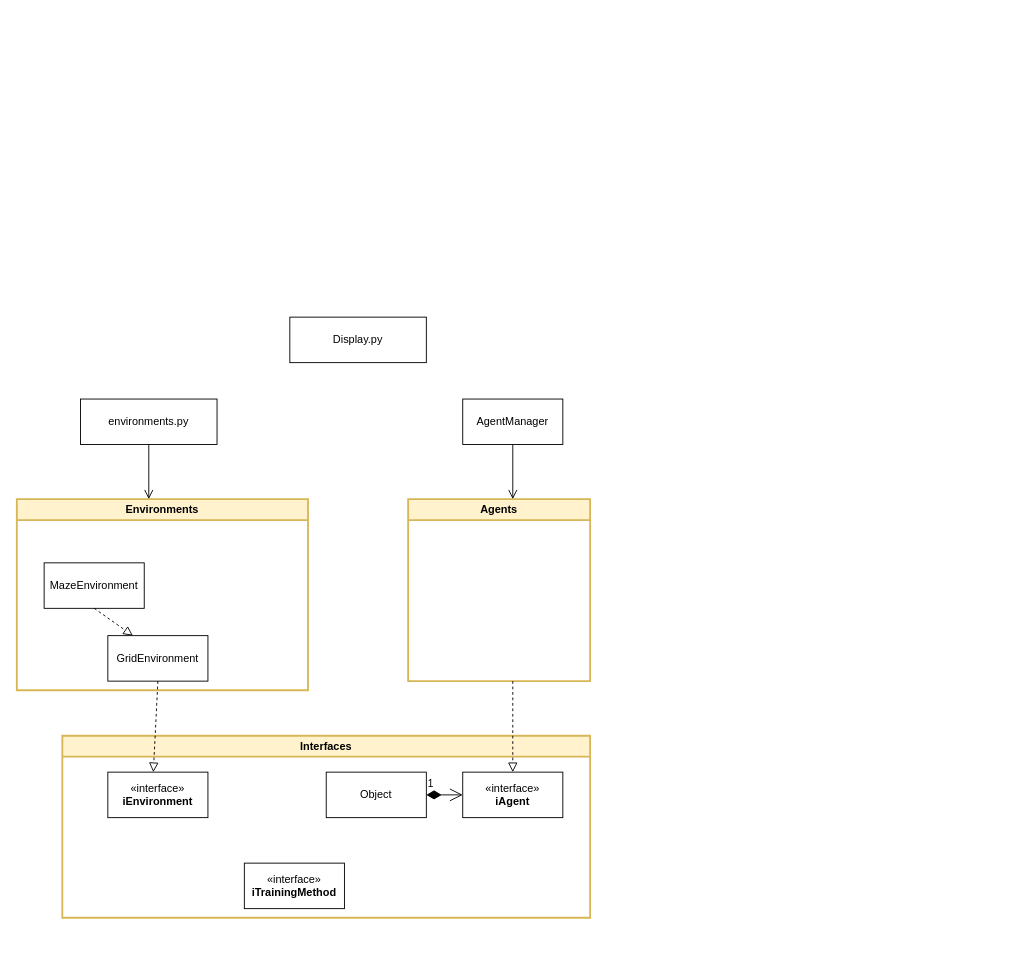
This is documentation/Untitled Diagram.drawio from Dorijan-Cirkveni/diplomski-rad, a draw.io file, before an edit. Source tidied: cells renumbered, new cells numbered last; positions are measured from the earlier drawing's top-left corner, leaving out a move shared by most shapes. Both pictures are drawn from the tidied source at 91%, with x=0, y=0 at pixel (16, 317).
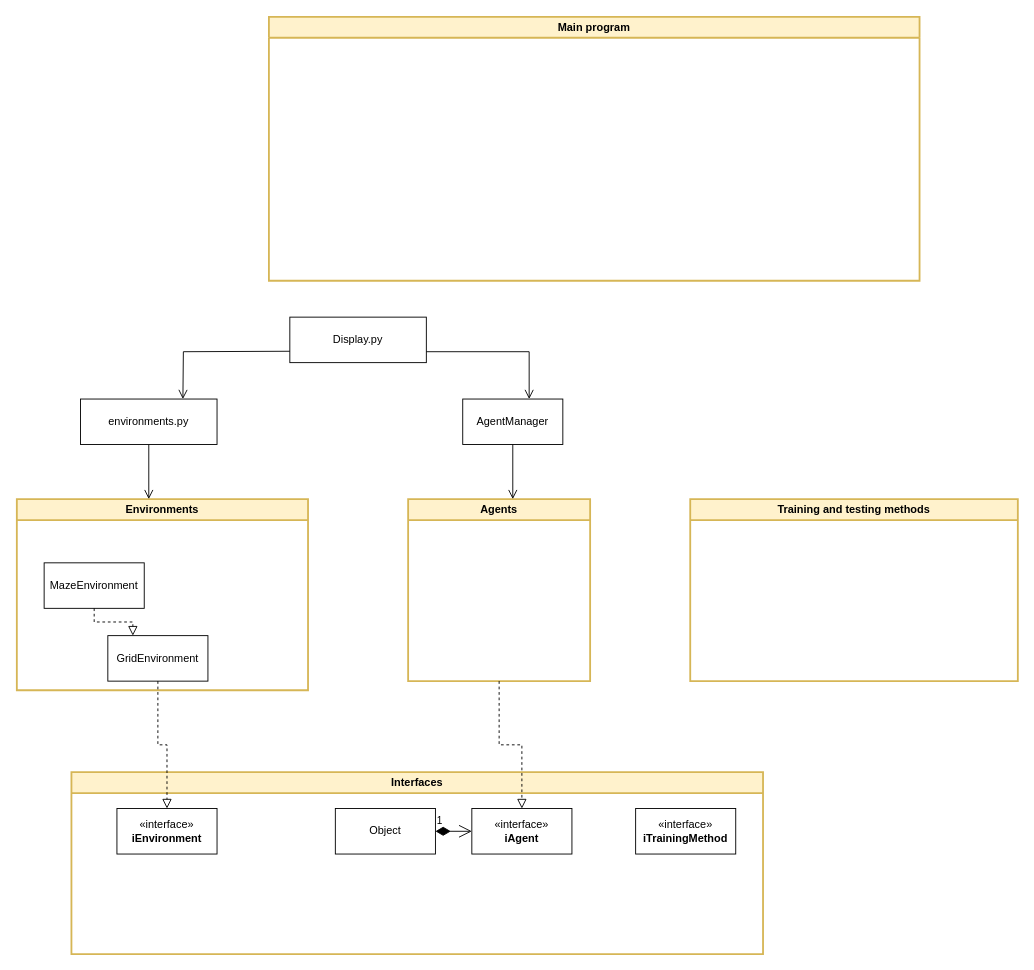
The same diagram, later.

The change refers to these unchanged cells:
```xml
<mxCell id="2" value="Agents" style="swimlane;whiteSpace=wrap;html=1;strokeWidth=2;fillColor=#fff2cc;strokeColor=#d6b656;" parent="1" vertex="1">
  <mxGeometry x="430" y="200" width="200" height="200" as="geometry" />
</mxCell>
<mxCell id="3" value="Environments" style="swimlane;whiteSpace=wrap;html=1;fillColor=#fff2cc;strokeColor=#d6b656;strokeWidth=2;" parent="1" vertex="1">
  <mxGeometry y="200" width="320" height="210" as="geometry" />
</mxCell>
<mxCell id="4" value="GridEnvironment" style="html=1;whiteSpace=wrap;" parent="3" vertex="1">
  <mxGeometry x="100" y="150" width="110" height="50" as="geometry" />
</mxCell>
<mxCell id="5" value="MazeEnvironment" style="html=1;whiteSpace=wrap;" parent="3" vertex="1">
  <mxGeometry x="30" y="70" width="110" height="50" as="geometry" />
</mxCell>
<mxCell id="8" value="«interface»&lt;br&gt;&lt;b&gt;iAgent&lt;/b&gt;" style="html=1;whiteSpace=wrap;" parent="7" vertex="1">
  <mxGeometry x="440" y="40" width="110" height="50" as="geometry" />
</mxCell>
<mxCell id="11" value="«interface»&lt;br&gt;&lt;b&gt;iEnvironment&lt;br&gt;&lt;/b&gt;" style="html=1;whiteSpace=wrap;" parent="7" vertex="1">
  <mxGeometry x="50" y="40" width="110" height="50" as="geometry" />
</mxCell>
<mxCell id="18" value="environments.py" style="html=1;whiteSpace=wrap;" parent="1" vertex="1">
  <mxGeometry x="70" y="90" width="150" height="50" as="geometry" />
</mxCell>
<mxCell id="19" value="Display.py" style="html=1;whiteSpace=wrap;" parent="1" vertex="1">
  <mxGeometry x="300" width="150" height="50" as="geometry" />
</mxCell>
```

What changed in the source:
```diff
@@
-    <mxCell id="6" style="endArrow=block;startArrow=none;endFill=0;startFill=0;endSize=8;html=1;verticalAlign=bottom;dashed=1;labelBackgroundColor=none;rounded=0;exitX=0.5;exitY=1;exitDx=0;exitDy=0;entryX=0.25;entryY=0;entryDx=0;entryDy=0;" parent="3" edge="1" source="5" target="4">
+    <mxCell id="6" style="endArrow=block;startArrow=none;endFill=0;startFill=0;endSize=8;html=1;verticalAlign=bottom;dashed=1;labelBackgroundColor=none;rounded=0;exitX=0.5;exitY=1;exitDx=0;exitDy=0;entryX=0.25;entryY=0;entryDx=0;entryDy=0;edgeStyle=orthogonalEdgeStyle;" parent="3" edge="1" source="5" target="4">
       <mxGeometry relative="1" as="geometry" />
     </mxCell>
     <mxCell id="7" value="Interfaces" style="swimlane;whiteSpace=wrap;html=1;fillColor=#fff2cc;strokeColor=#d6b656;strokeWidth=2;" parent="1" vertex="1">
-      <mxGeometry x="50" y="460" width="580" height="200" as="geometry" />
+      <mxGeometry x="60" y="500" width="760" height="200" as="geometry" />
     </mxCell>
@@
-    <mxCell id="10" style="endArrow=block;startArrow=none;endFill=0;startFill=0;endSize=8;html=1;verticalAlign=bottom;dashed=1;labelBackgroundColor=none;rounded=0;entryX=0.5;entryY=0;entryDx=0;entryDy=0;" parent="7" edge="1" target="8">
-      <mxGeometry relative="1" as="geometry">
-        <mxPoint x="495" y="-60" as="sourcePoint" />
-      </mxGeometry>
-    </mxCell>
@@
     <mxCell id="13" value="«interface»&lt;br&gt;&lt;b&gt;iTrainingMethod&lt;br&gt;&lt;/b&gt;" style="html=1;whiteSpace=wrap;" parent="7" vertex="1">
-      <mxGeometry x="200" y="140" width="110" height="50" as="geometry" />
+      <mxGeometry x="620" y="40" width="110" height="50" as="geometry" />
     </mxCell>
-    <mxCell id="14" style="endArrow=block;startArrow=none;endFill=0;startFill=0;endSize=8;html=1;verticalAlign=bottom;dashed=1;labelBackgroundColor=none;rounded=0;exitX=0.5;exitY=1;exitDx=0;exitDy=0;" parent="1" edge="1" source="4">
-      <mxGeometry relative="1" as="geometry">
-        <mxPoint x="150" y="500" as="targetPoint" />
-      </mxGeometry>
+    <mxCell id="14" style="endArrow=block;startArrow=none;endFill=0;startFill=0;endSize=8;html=1;verticalAlign=bottom;dashed=1;labelBackgroundColor=none;rounded=0;exitX=0.5;exitY=1;exitDx=0;exitDy=0;entryX=0.5;entryY=0;entryDx=0;entryDy=0;edgeStyle=orthogonalEdgeStyle;" parent="1" edge="1" source="4" target="11">
+      <mxGeometry relative="1" as="geometry" />
     </mxCell>
@@
+    <mxCell id="20" style="endArrow=open;startArrow=none;endFill=0;startFill=0;endSize=8;html=1;verticalAlign=bottom;labelBackgroundColor=none;strokeWidth=1;rounded=0;exitX=0;exitY=0.75;exitDx=0;exitDy=0;entryX=0.75;entryY=0;entryDx=0;entryDy=0;" parent="1" edge="1" source="19" target="18">
+      <mxGeometry relative="1" as="geometry">
+        <Array as="points">
+          <mxPoint x="183" y="38" />
+        </Array>
+      </mxGeometry>
+    </mxCell>
+    <mxCell id="21" style="endArrow=open;startArrow=none;endFill=0;startFill=0;endSize=8;html=1;verticalAlign=bottom;labelBackgroundColor=none;strokeWidth=1;rounded=0;entryX=0.75;entryY=0;entryDx=0;entryDy=0;" parent="1" edge="1">
+      <mxGeometry relative="1" as="geometry">
+        <mxPoint x="450" y="38" as="sourcePoint" />
+        <mxPoint x="563" y="90" as="targetPoint" />
+        <Array as="points">
+          <mxPoint x="563" y="38" />
+        </Array>
+      </mxGeometry>
+    </mxCell>
+    <mxCell id="10" style="endArrow=block;startArrow=none;endFill=0;startFill=0;endSize=8;html=1;verticalAlign=bottom;dashed=1;labelBackgroundColor=none;rounded=0;entryX=0.5;entryY=0;entryDx=0;entryDy=0;exitX=0.5;exitY=1;exitDx=0;exitDy=0;edgeStyle=elbowEdgeStyle;elbow=vertical;" parent="1" edge="1" source="2" target="8">
+      <mxGeometry relative="1" as="geometry" />
+    </mxCell>
+    <mxCell id="22" value="Main program" style="swimlane;whiteSpace=wrap;html=1;strokeWidth=2;fillColor=#fff2cc;strokeColor=#d6b656;startSize=23;" parent="1" vertex="1">
+      <mxGeometry x="277" y="-330" width="715" height="290" as="geometry" />
+    </mxCell>
+    <mxCell id="23" value="Training and testing methods" style="swimlane;whiteSpace=wrap;html=1;strokeWidth=2;fillColor=#fff2cc;strokeColor=#d6b656;" parent="1" vertex="1">
+      <mxGeometry x="740" y="200" width="360" height="200" as="geometry" />
+    </mxCell>
```
